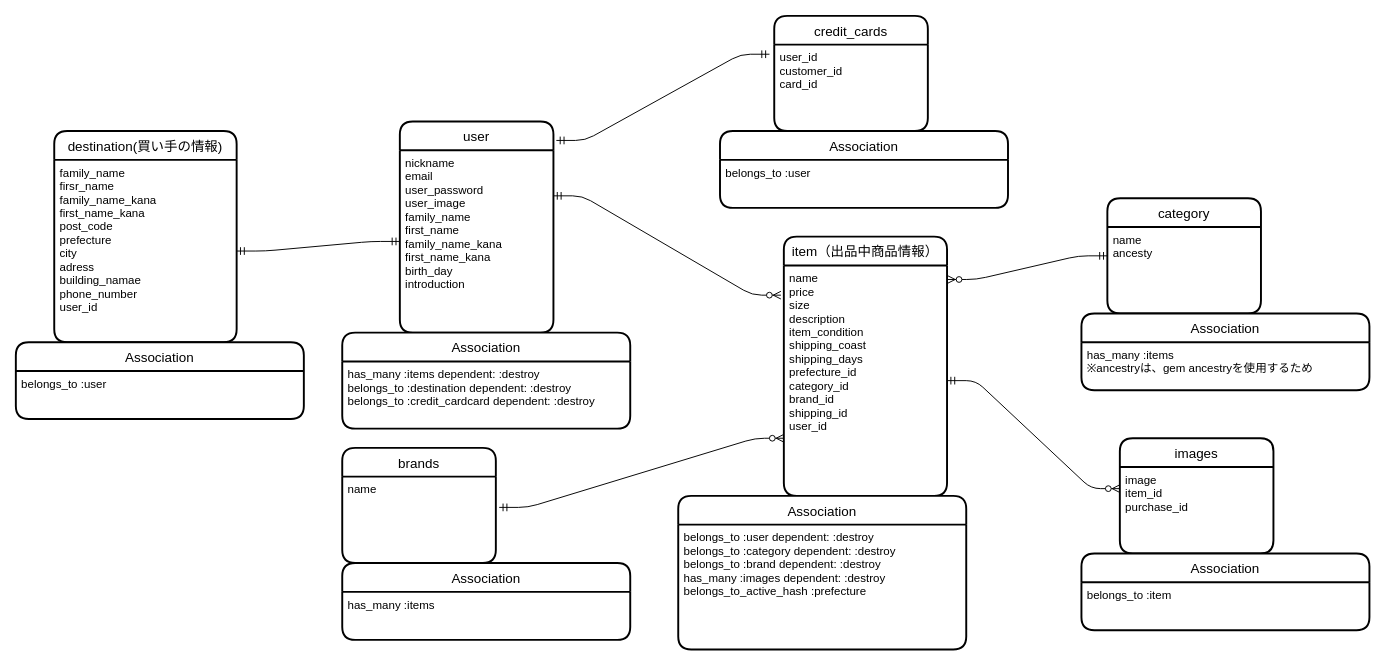
The draw.io diagram furima.dio in donrow007/furima-38283, before the edit. Source tidied: cells renumbered, new cells numbered last; positions are measured from the earlier drawing's top-left corner, leaving out a move shared by most shapes. Both pictures are drawn from the tidied source at 96%, with x=0, y=0 at pixel (15, 15).
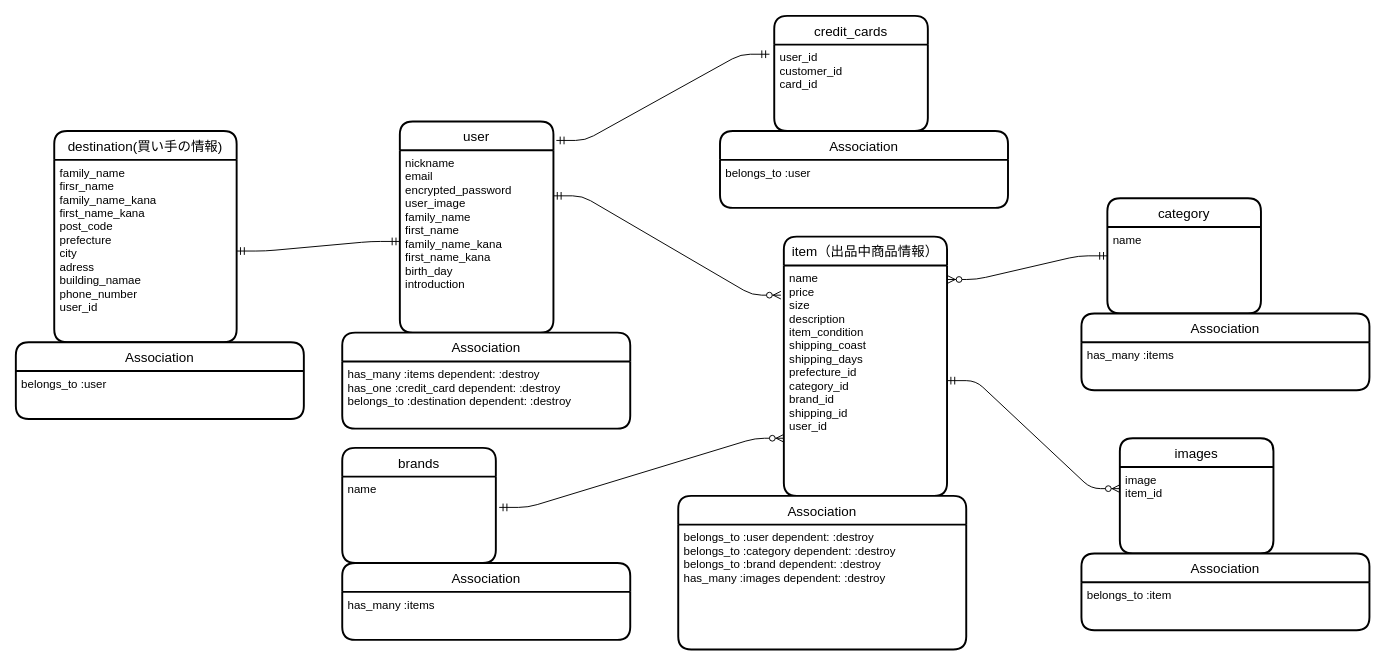
The same page after the edit.

The change refers to these unchanged cells:
```xml
<mxCell id="6" value="images" style="swimlane;horizontal=1;startSize=30;rounded=1;fontSize=14;fontStyle=0;strokeWidth=2;shadow=0;dashed=0;align=center;" parent="1" vertex="1">
  <mxGeometry x="1150" y="440" width="160" height="120" as="geometry" />
</mxCell>
<mxCell id="8" value="category" style="swimlane;horizontal=1;startSize=30;rounded=1;fontSize=14;fontStyle=0;strokeWidth=2;shadow=0;dashed=0;align=center;" parent="1" vertex="1">
  <mxGeometry x="1137" y="190" width="160" height="120" as="geometry" />
</mxCell>
<mxCell id="14" value="user" style="swimlane;horizontal=1;startSize=30;rounded=1;fontSize=14;fontStyle=0;strokeWidth=2;shadow=0;dashed=0;align=center;" parent="1" vertex="1">
  <mxGeometry x="400" y="110" width="160" height="220" as="geometry" />
</mxCell>
<mxCell id="22" value="Association" style="swimlane;horizontal=1;startSize=30;rounded=1;fontSize=14;fontStyle=0;strokeWidth=2;shadow=0;dashed=0;align=center;" parent="1" vertex="1">
  <mxGeometry x="340" y="330" width="300" height="100" as="geometry" />
</mxCell>
<mxCell id="28" value="Association" style="swimlane;horizontal=1;startSize=30;rounded=1;fontSize=14;fontStyle=0;strokeWidth=2;shadow=0;dashed=0;align=center;" parent="1" vertex="1">
  <mxGeometry x="690" y="500" width="300" height="160" as="geometry" />
</mxCell>
<mxCell id="32" value="Association" style="swimlane;horizontal=1;startSize=30;rounded=1;fontSize=14;fontStyle=0;strokeWidth=2;shadow=0;dashed=0;align=center;" parent="1" vertex="1">
  <mxGeometry x="1110" y="310" width="300" height="80" as="geometry" />
</mxCell>
```

Diff of the diagram source:
```diff
@@
-    <mxCell id="7" value="image&#10;item_id&#10;purchase_id&#10;" style="align=left;strokeColor=none;fillColor=none;spacingLeft=4;fontSize=12;verticalAlign=top;" parent="6" vertex="1">
+    <mxCell id="7" value="image&#10;item_id&#10;" style="align=left;strokeColor=none;fillColor=none;spacingLeft=4;fontSize=12;verticalAlign=top;" parent="6" vertex="1">
       <mxGeometry y="30" width="160" height="90" as="geometry" />
     </mxCell>
@@
-    <mxCell id="9" value="name&#10;ancesty&#10;" style="align=left;strokeColor=none;fillColor=none;spacingLeft=4;fontSize=12;verticalAlign=top;" parent="8" vertex="1">
+    <mxCell id="9" value="name&#10;&#10;" style="align=left;strokeColor=none;fillColor=none;spacingLeft=4;fontSize=12;verticalAlign=top;" parent="8" vertex="1">
       <mxGeometry y="30" width="160" height="90" as="geometry" />
     </mxCell>
@@
-    <mxCell id="15" value="nickname&#10;email&#10;user_password&#10;user_image&#10;family_name&#10;first_name&#10;family_name_kana&#10;first_name_kana&#10;birth_day&#10;introduction&#10;&#10;" style="align=left;strokeColor=none;fillColor=none;spacingLeft=4;fontSize=12;verticalAlign=top;" parent="14" vertex="1">
+    <mxCell id="15" value="nickname&#10;email&#10;encrypted_password&#10;user_image&#10;family_name&#10;first_name&#10;family_name_kana&#10;first_name_kana&#10;birth_day&#10;introduction&#10;&#10;" style="align=left;strokeColor=none;fillColor=none;spacingLeft=4;fontSize=12;verticalAlign=top;" parent="14" vertex="1">
       <mxGeometry y="30" width="160" height="190" as="geometry" />
     </mxCell>
@@
-    <mxCell id="23" value="has_many :items dependent: :destroy&#10;belongs_to :destination dependent: :destroy&#10;belongs_to :credit_cardcard dependent: :destroy" style="align=left;strokeColor=none;fillColor=none;spacingLeft=4;fontSize=12;verticalAlign=top;" parent="22" vertex="1">
+    <mxCell id="23" value="has_many :items dependent: :destroy&#10;has_one :credit_card dependent: :destroy&#10;belongs_to :destination dependent: :destroy&#10;" style="align=left;strokeColor=none;fillColor=none;spacingLeft=4;fontSize=12;verticalAlign=top;" parent="22" vertex="1">
       <mxGeometry y="30" width="300" height="70" as="geometry" />
     </mxCell>
@@
-    <mxCell id="29" value="belongs_to :user dependent: :destroy&#10;belongs_to :category dependent: :destroy&#10;belongs_to :brand dependent: :destroy&#10;has_many :images dependent: :destroy&#10;belongs_to_active_hash :prefecture" style="align=left;strokeColor=none;fillColor=none;spacingLeft=4;fontSize=12;verticalAlign=top;" parent="28" vertex="1">
+    <mxCell id="29" value="belongs_to :user dependent: :destroy&#10;belongs_to :category dependent: :destroy&#10;belongs_to :brand dependent: :destroy&#10;has_many :images dependent: :destroy&#10;" style="align=left;strokeColor=none;fillColor=none;spacingLeft=4;fontSize=12;verticalAlign=top;" parent="28" vertex="1">
       <mxGeometry y="30" width="300" height="130" as="geometry" />
     </mxCell>
@@
-    <mxCell id="33" value="has_many :items&#10;※ancestryは、gem ancestryを使用するため" style="align=left;strokeColor=none;fillColor=none;spacingLeft=4;fontSize=12;verticalAlign=top;" parent="32" vertex="1">
+    <mxCell id="33" value="has_many :items&#10;" style="align=left;strokeColor=none;fillColor=none;spacingLeft=4;fontSize=12;verticalAlign=top;" parent="32" vertex="1">
       <mxGeometry y="30" width="300" height="50" as="geometry" />
     </mxCell>
```
